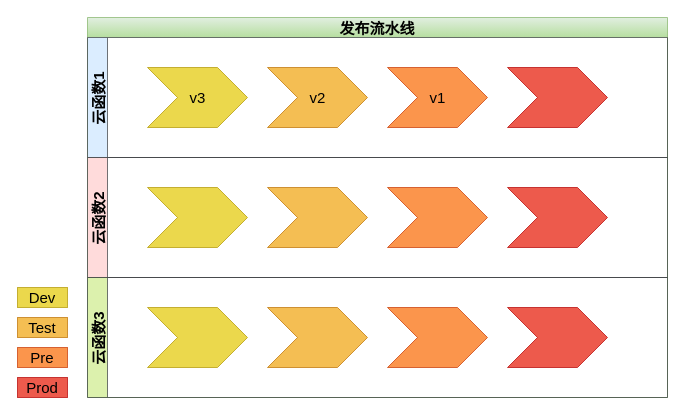
Earlier version of the draw.io diagram page "Page-5" (1 of 5) of Untitled Diagram.drawio (hxchjm/drawio). Source tidied: cells renumbered, new cells numbered last; positions are measured from the earlier drawing's top-left corner, leaving out a move shared by most shapes. Both pictures are drawn from the tidied source at 100%, with x=0, y=0 at pixel (17, 17).
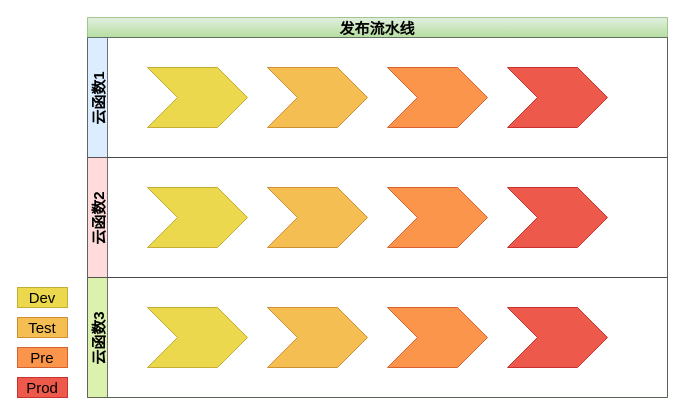
After the change.

Unchanged cells that the change refers to:
```xml
<mxCell id="3" value="云函数1" style="swimlane;startSize=20;horizontal=0;shadow=0;labelBorderColor=none;sketch=0;fontSize=15;strokeColor=#36393d;strokeWidth=1;fillColor=#cce5ff;opacity=70;" parent="2" vertex="1">
  <mxGeometry y="20" width="580" height="120" as="geometry" />
</mxCell>
```

What changed in the source:
```diff
@@
-    <mxCell id="4" value="v3" style="html=1;shadow=0;dashed=0;align=center;verticalAlign=middle;shape=mxgraph.arrows2.arrow;dy=0;dx=30;notch=30;labelBorderColor=none;fontSize=15;strokeColor=#B09500;strokeWidth=1;fillColor=#e3c800;opacity=70;fontColor=#000000;" parent="3" vertex="1">
+    <mxCell id="4" style="html=1;shadow=0;dashed=0;align=center;verticalAlign=middle;shape=mxgraph.arrows2.arrow;dy=0;dx=30;notch=30;labelBorderColor=none;fontSize=15;strokeColor=#B09500;strokeWidth=1;fillColor=#e3c800;opacity=70;fontColor=#000000;" parent="3" vertex="1">
       <mxGeometry x="60" y="30" width="100" height="60" as="geometry" />
     </mxCell>
-    <mxCell id="5" value="v2" style="html=1;shadow=0;dashed=0;align=center;verticalAlign=middle;shape=mxgraph.arrows2.arrow;dy=0;dx=30;notch=30;labelBorderColor=none;fontSize=15;strokeColor=#BD7000;strokeWidth=1;fillColor=#f0a30a;opacity=70;fontColor=#000000;" parent="3" vertex="1">
+    <mxCell id="5" style="html=1;shadow=0;dashed=0;align=center;verticalAlign=middle;shape=mxgraph.arrows2.arrow;dy=0;dx=30;notch=30;labelBorderColor=none;fontSize=15;strokeColor=#BD7000;strokeWidth=1;fillColor=#f0a30a;opacity=70;fontColor=#000000;" parent="3" vertex="1">
       <mxGeometry x="180" y="30" width="100" height="60" as="geometry" />
     </mxCell>
-    <mxCell id="6" value="v1" style="html=1;shadow=0;dashed=0;align=center;verticalAlign=middle;shape=mxgraph.arrows2.arrow;dy=0;dx=30;notch=30;labelBorderColor=none;fontSize=15;strokeColor=#C73500;strokeWidth=1;fillColor=#fa6800;opacity=70;fontColor=#000000;" parent="3" vertex="1">
+    <mxCell id="6" style="html=1;shadow=0;dashed=0;align=center;verticalAlign=middle;shape=mxgraph.arrows2.arrow;dy=0;dx=30;notch=30;labelBorderColor=none;fontSize=15;strokeColor=#C73500;strokeWidth=1;fillColor=#fa6800;opacity=70;fontColor=#000000;" parent="3" vertex="1">
       <mxGeometry x="300" y="30" width="100" height="60" as="geometry" />
     </mxCell>
```
